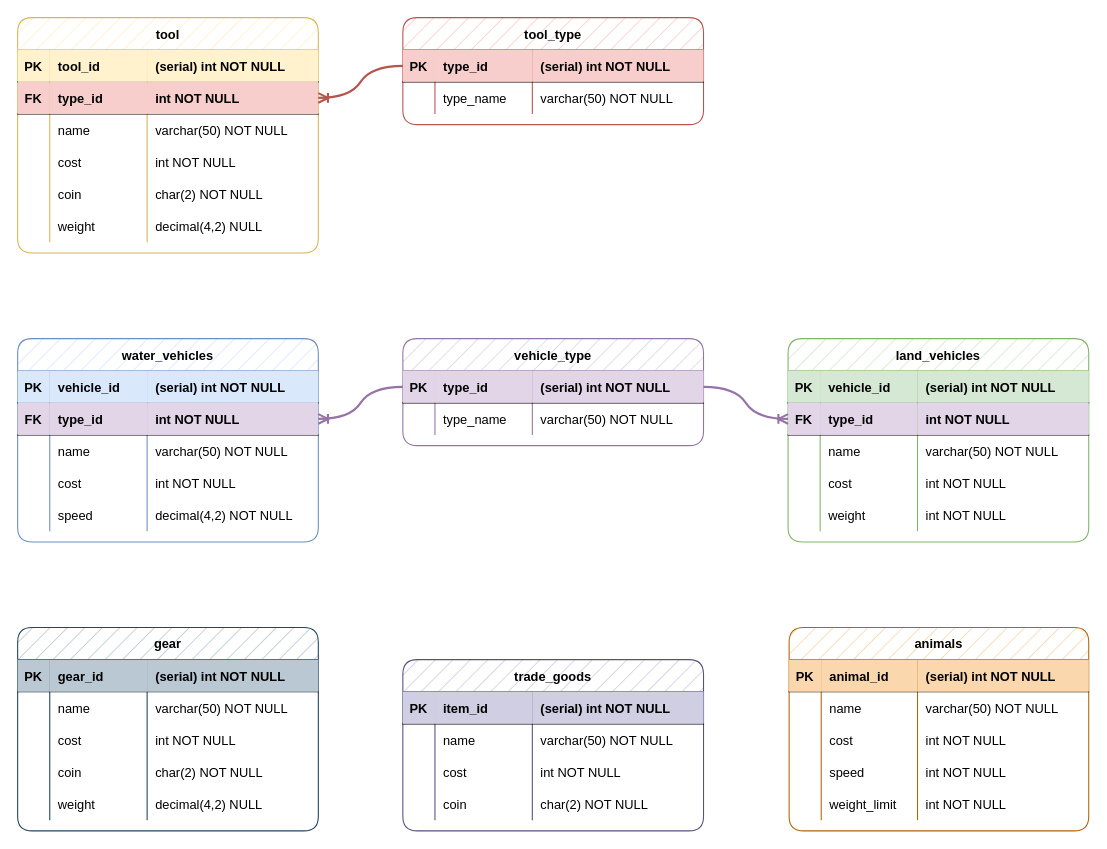
This is page "gear" (3 of 3) of diagrams/Entity Relationship Diagram.drawio from kschuljak/fantasy_shop, a draw.io file, before an edit. Source tidied: cells renumbered, new cells numbered last; positions are measured from the earlier drawing's top-left corner, leaving out a move shared by most shapes. Both pictures are drawn from the tidied source at 107%, with x=0, y=0 at pixel (17, 17).
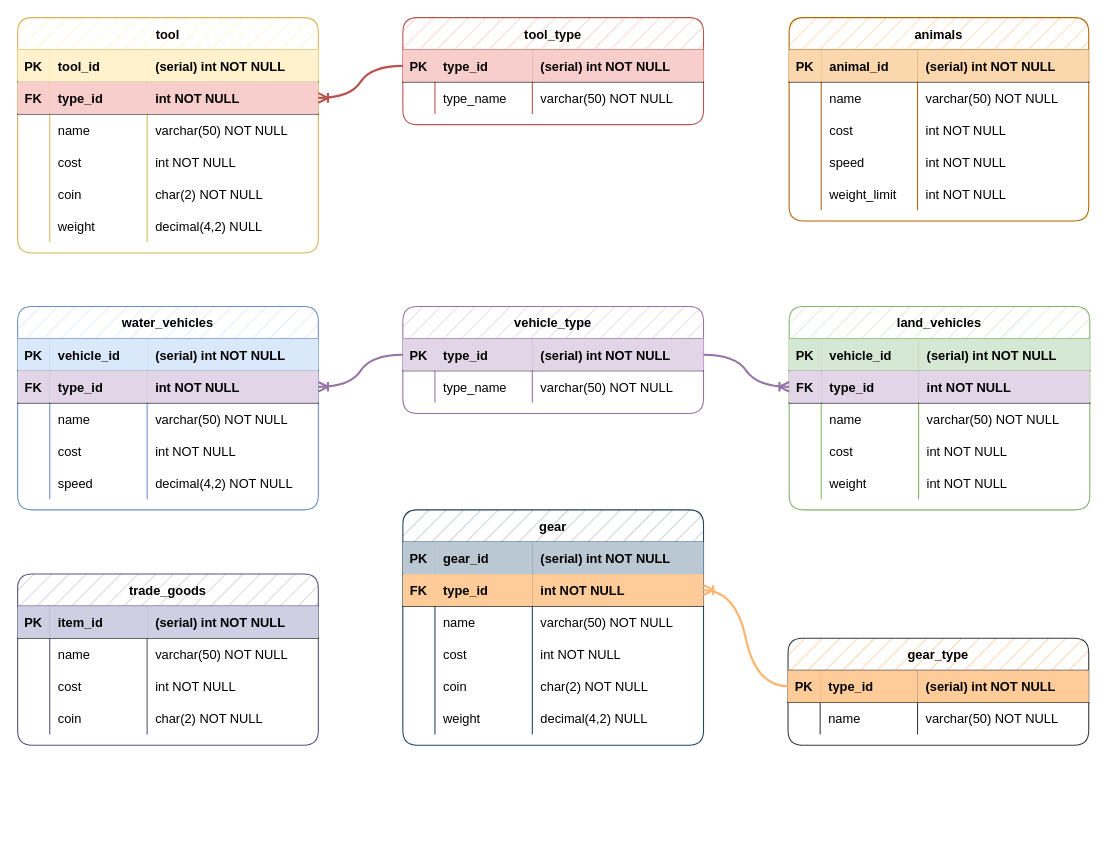
After the change.

Diff of the diagram source:
```diff
@@
     <mxCell id="2" value="gear" style="shape=table;startSize=30;childLayout=tableLayout;rowLines=0;fontStyle=1;align=center;fillColor=#bac8d3;strokeColor=#23445d;rounded=1;fillStyle=hatch;" parent="1" vertex="1">
-      <mxGeometry y="570" width="281" height="190" as="geometry" />
+      <mxGeometry x="360" y="460" width="281" height="220" as="geometry" />
     </mxCell>
@@
+    <mxCell id="149" style="shape=partialRectangle;fillColor=none;points=[[0,0.5],[1,0.5]];portConstraint=eastwest;top=0;left=0;right=0;bottom=1;" parent="2" vertex="1">
+      <mxGeometry y="60" width="281" height="30" as="geometry" />
+    </mxCell>
+    <mxCell id="150" value="FK" style="shape=partialRectangle;overflow=hidden;fillColor=#ffcc99;top=0;left=0;bottom=0;right=0;fontStyle=1;strokeColor=#36393d;" parent="149" vertex="1">
+      <mxGeometry width="30" height="30" as="geometry" />
+    </mxCell>
+    <mxCell id="151" value="type_id" style="shape=partialRectangle;overflow=hidden;fillColor=#ffcc99;top=0;left=0;bottom=0;right=0;align=left;spacingLeft=6;fontStyle=1;strokeColor=#36393d;" parent="149" vertex="1">
+      <mxGeometry x="30" width="91" height="30" as="geometry" />
+    </mxCell>
+    <mxCell id="152" value="int NOT NULL" style="shape=partialRectangle;overflow=hidden;fillColor=#ffcc99;top=0;left=0;bottom=0;right=0;align=left;spacingLeft=6;fontStyle=1;strokeColor=#36393d;" parent="149" vertex="1">
+      <mxGeometry x="121" width="160" height="30" as="geometry" />
+    </mxCell>
     <mxCell id="7" style="shape=partialRectangle;fillColor=none;top=0;left=0;right=0;bottom=0;" parent="2" vertex="1">
-      <mxGeometry y="60" width="281" height="30" as="geometry" />
+      <mxGeometry y="90" width="281" height="30" as="geometry" />
     </mxCell>
@@
     <mxCell id="11" style="shape=partialRectangle;fillColor=none;top=0;left=0;right=0;bottom=0;" parent="2" vertex="1">
-      <mxGeometry y="90" width="281" height="30" as="geometry" />
+      <mxGeometry y="120" width="281" height="30" as="geometry" />
     </mxCell>
@@
     <mxCell id="15" style="shape=partialRectangle;fillColor=none;top=0;left=0;right=0;bottom=0;" parent="2" vertex="1">
-      <mxGeometry y="120" width="281" height="30" as="geometry" />
+      <mxGeometry y="150" width="281" height="30" as="geometry" />
     </mxCell>
@@
     <mxCell id="19" style="shape=partialRectangle;fillColor=none;top=0;left=0;right=0;bottom=0;" parent="2" vertex="1">
-      <mxGeometry y="150" width="281" height="30" as="geometry" />
+      <mxGeometry y="180" width="281" height="30" as="geometry" />
     </mxCell>
@@
     <mxCell id="58" value="animals" style="shape=table;startSize=30;childLayout=tableLayout;rowLines=0;fontStyle=1;align=center;fillColor=#fad7ac;strokeColor=#b46504;rounded=1;fillStyle=hatch;" parent="1" vertex="1">
-      <mxGeometry x="721" y="570" width="280" height="190" as="geometry" />
+      <mxGeometry x="721" width="280" height="190" as="geometry" />
     </mxCell>
@@
     <mxCell id="79" value="vehicle_type" style="shape=table;startSize=30;childLayout=tableLayout;rowLines=0;fontStyle=1;align=center;fillColor=#e1d5e7;strokeColor=#9673a6;rounded=1;fillStyle=hatch;" parent="1" vertex="1">
-      <mxGeometry x="360" y="300" width="281" height="100" as="geometry" />
+      <mxGeometry x="360" y="270" width="281" height="100" as="geometry" />
     </mxCell>
@@
     <mxCell id="88" value="land_vehicles" style="shape=table;startSize=30;childLayout=tableLayout;rowLines=0;fontStyle=1;align=center;fillColor=#d5e8d4;strokeColor=#82b366;fillStyle=hatch;rounded=1;" parent="1" vertex="1">
-      <mxGeometry x="720" y="300" width="281" height="190" as="geometry" />
+      <mxGeometry x="721" y="270" width="281" height="190" as="geometry" />
     </mxCell>
@@
     <mxCell id="109" value="water_vehicles" style="shape=table;startSize=30;childLayout=tableLayout;rowLines=0;fontStyle=1;align=center;fillColor=#dae8fc;strokeColor=#6c8ebf;rounded=1;fillStyle=hatch;" parent="1" vertex="1">
-      <mxGeometry y="300" width="281" height="190" as="geometry" />
+      <mxGeometry y="270" width="281" height="190" as="geometry" />
     </mxCell>
@@
-    <mxCell id="132" value="trade_goods" style="shape=table;startSize=30;childLayout=tableLayout;rowLines=0;fontStyle=1;align=center;fillColor=#d0cee2;strokeColor=#56517e;rounded=1;fillStyle=hatch;" parent="1" vertex="1">
-      <mxGeometry x="360" y="600" width="281" height="160" as="geometry" />
+    <mxCell id="132" value="trade_goods" style="shape=table;startSize=30;childLayout=tableLayout;rowLines=0;fontStyle=1;align=center;fillColor=#d0cee2;strokeColor=#56517e;rounded=1;fillStyle=hatch;gradientColor=none;" parent="1" vertex="1">
+      <mxGeometry y="520" width="281" height="160" as="geometry" />
     </mxCell>
@@
+    <mxCell id="153" value="gear_type" style="shape=table;startSize=30;childLayout=tableLayout;rowLines=0;fontStyle=1;align=center;fillColor=#ffcc99;strokeColor=#36393d;rounded=1;fillStyle=hatch;" parent="1" vertex="1">
+      <mxGeometry x="720" y="580" width="281" height="100" as="geometry" />
+    </mxCell>
+    <mxCell id="154" style="shape=partialRectangle;fillColor=none;points=[[0,0.5],[1,0.5]];portConstraint=eastwest;top=0;left=0;right=0;bottom=1;" parent="153" vertex="1">
+      <mxGeometry y="30" width="281" height="30" as="geometry" />
+    </mxCell>
+    <mxCell id="155" value="PK" style="shape=partialRectangle;overflow=hidden;fillColor=#ffcc99;top=0;left=0;bottom=0;right=0;fontStyle=1;strokeColor=#36393d;" parent="154" vertex="1">
+      <mxGeometry width="30" height="30" as="geometry" />
+    </mxCell>
+    <mxCell id="156" value="type_id" style="shape=partialRectangle;overflow=hidden;fillColor=#ffcc99;top=0;left=0;bottom=0;right=0;align=left;spacingLeft=6;fontStyle=1;strokeColor=#36393d;" parent="154" vertex="1">
+      <mxGeometry x="30" width="91" height="30" as="geometry" />
+    </mxCell>
+    <mxCell id="157" value="(serial) int NOT NULL" style="shape=partialRectangle;overflow=hidden;fillColor=#ffcc99;top=0;left=0;bottom=0;right=0;align=left;spacingLeft=6;fontStyle=1;strokeColor=#36393d;" parent="154" vertex="1">
+      <mxGeometry x="121" width="160" height="30" as="geometry" />
+    </mxCell>
+    <mxCell id="158" style="shape=partialRectangle;fillColor=none;top=0;left=0;right=0;bottom=0;" parent="153" vertex="1">
+      <mxGeometry y="60" width="281" height="30" as="geometry" />
+    </mxCell>
+    <mxCell id="159" style="shape=partialRectangle;overflow=hidden;fillColor=none;top=0;left=0;bottom=0;right=0;" parent="158" vertex="1">
+      <mxGeometry width="30" height="30" as="geometry" />
+    </mxCell>
+    <mxCell id="160" value="name" style="shape=partialRectangle;overflow=hidden;fillColor=none;top=0;left=0;bottom=0;right=0;align=left;spacingLeft=6;" parent="158" vertex="1">
+      <mxGeometry x="30" width="91" height="30" as="geometry" />
+    </mxCell>
+    <mxCell id="161" value="varchar(50) NOT NULL" style="shape=partialRectangle;overflow=hidden;fillColor=none;top=0;left=0;bottom=0;right=0;align=left;spacingLeft=6;" parent="158" vertex="1">
+      <mxGeometry x="121" width="160" height="30" as="geometry" />
+    </mxCell>
+    <mxCell id="162" style="edgeStyle=entityRelationEdgeStyle;fontSize=12;html=1;endArrow=ERoneToMany;strokeWidth=2;curved=1;exitX=0;exitY=0.5;exitDx=0;exitDy=0;fillColor=#ffcc99;strokeColor=#FFB570;" parent="1" edge="1" source="154" target="149">
+      <mxGeometry relative="1" as="geometry" />
+    </mxCell>
```
